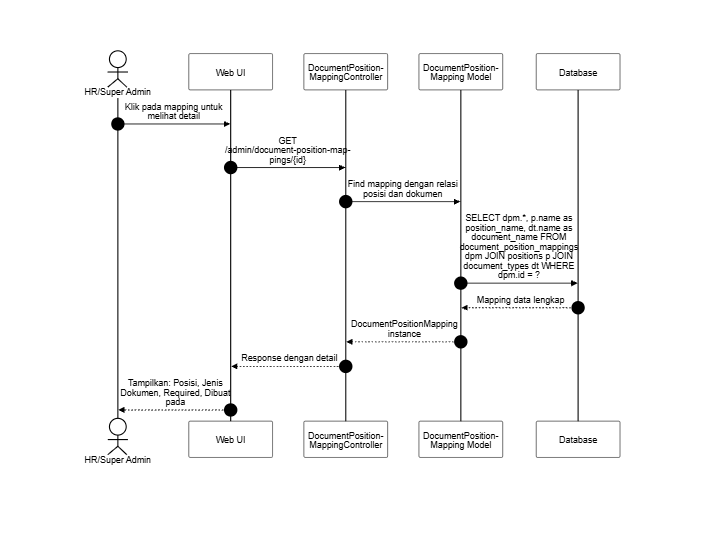
Above: docs/SequenceDiagram/PNG_Transparent/DataMasterDokumenPosisi-Lihat.png in SulaimanHafi23/SimpegRSHDI (Mermaid), before the change. Its source is kept beside it as docs/SequenceDiagram/DataMasterDokumenPosisi-Lihat.mermaid. The source it was exported from:
```mermaid
---
id: KelolaMappingDokumenPosisi-LihatMapping
title: Kelola Mapping Dokumen Posisi - Lihat Detail Mapping
---
%%{init: {"theme": "base", "themeVariables": {"background": "#dddddd", "primaryColor": "#ffffff", "primaryBorderColor": "#000000", "primaryTextColor": "#000000", "lineColor": "#000000", "textColor": "#000000", "actorBkg": "#ffffff", "actorBorder": "#000000", "actorTextColor": "#000000", "activationBkgColor": "#ffffff", "activationBorderColor": "#000000", "signalColor": "#000000", "signalTextColor": "#000000", "labelBoxBkgColor": "#ffffff", "labelBoxBorderColor": "#000000", "labelTextColor": "#000000", "sequenceNumberColor": "#000000", "noteBkgColor": "#ffffff", "noteBorderColor": "#000000", "noteTextColor": "#000000"}, "sequence": {"useMaxWidth": true, "wrap": true, "messageFontSize": 12, "noteFontSize": 12}}}%%
sequenceDiagram
    autonumber
    actor HR as HR/Super Admin
    participant UI as Web UI
    participant C as DocumentPositionMappingController
    participant DPM as DocumentPositionMapping Model
    participant DB as Database

    HR->>UI: Klik pada mapping untuk melihat detail
    UI->>C: GET /admin/document-position-mappings/{id}
    C->>DPM: Find mapping dengan relasi posisi dan dokumen
    DPM->>DB: SELECT dpm.*, p.name as position_name, dt.name as document_name FROM document_position_mappings dpm JOIN positions p JOIN document_types dt WHERE dpm.id = ?
    DB-->>DPM: Mapping data lengkap
    DPM-->>C: DocumentPositionMapping instance
    C-->>UI: Response dengan detail
    UI-->>HR: Tampilkan: Posisi, Jenis Dokumen, Required, Dibuat pada
```
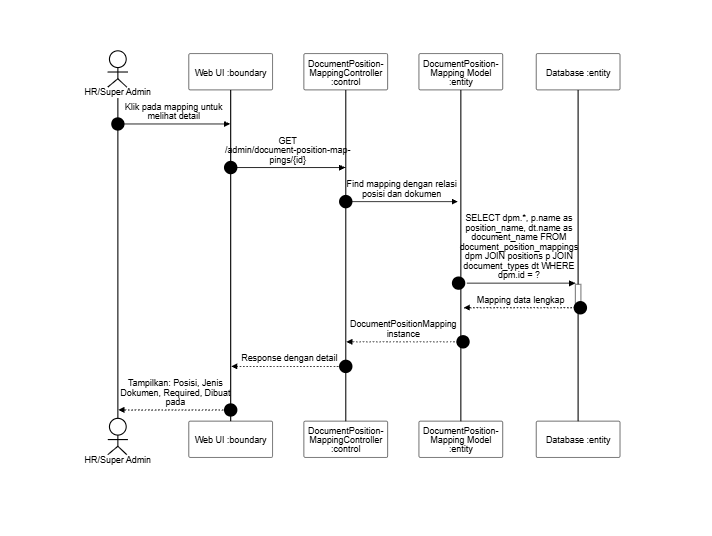
The same file after the commit.

The edit, as a diff of the source:
```diff
@@ -6,16 +6,16 @@
 sequenceDiagram
     autonumber
     actor HR as HR/Super Admin
-    participant UI as Web UI
-    participant C as DocumentPositionMappingController
-    participant DPM as DocumentPositionMapping Model
-    participant DB as Database
+    participant UI as Web UI :boundary
+    participant C as DocumentPositionMappingController :control
+    participant DPM as DocumentPositionMapping Model :entity
+    participant DB as Database :entity
 
     HR->>UI: Klik pada mapping untuk melihat detail
     UI->>C: GET /admin/document-position-mappings/{id}
-    C->>DPM: Find mapping dengan relasi posisi dan dokumen
-    DPM->>DB: SELECT dpm.*, p.name as position_name, dt.name as document_name FROM document_position_mappings dpm JOIN positions p JOIN document_types dt WHERE dpm.id = ?
-    DB-->>DPM: Mapping data lengkap
+    C->>+DPM: Find mapping dengan relasi posisi dan dokumen
+    DPM->>+DB: SELECT dpm.*, p.name as position_name, dt.name as document_name FROM document_position_mappings dpm JOIN positions p JOIN document_types dt WHERE dpm.id = ?
+    DB-->>-DPM: Mapping data lengkap
     DPM-->>C: DocumentPositionMapping instance
     C-->>UI: Response dengan detail
     UI-->>HR: Tampilkan: Posisi, Jenis Dokumen, Required, Dibuat pada
```
